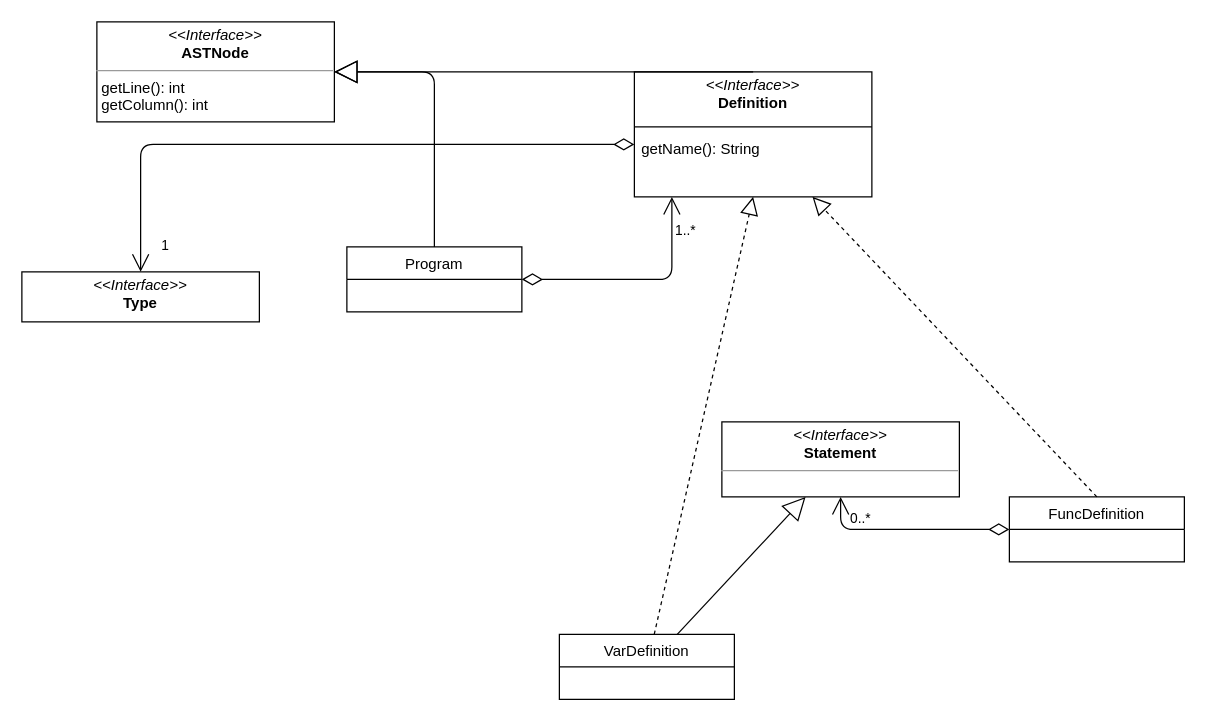
Earlier version of the draw.io diagram page "Page-2" (2 of 4) of UML/UML.drawio (jesQM/dlp_1920). Source tidied: cells renumbered, new cells numbered last; positions are measured from the earlier drawing's top-left corner, leaving out a move shared by most shapes. Both pictures are drawn from the tidied source at 125%, with x=0, y=0 at pixel (21, 21).
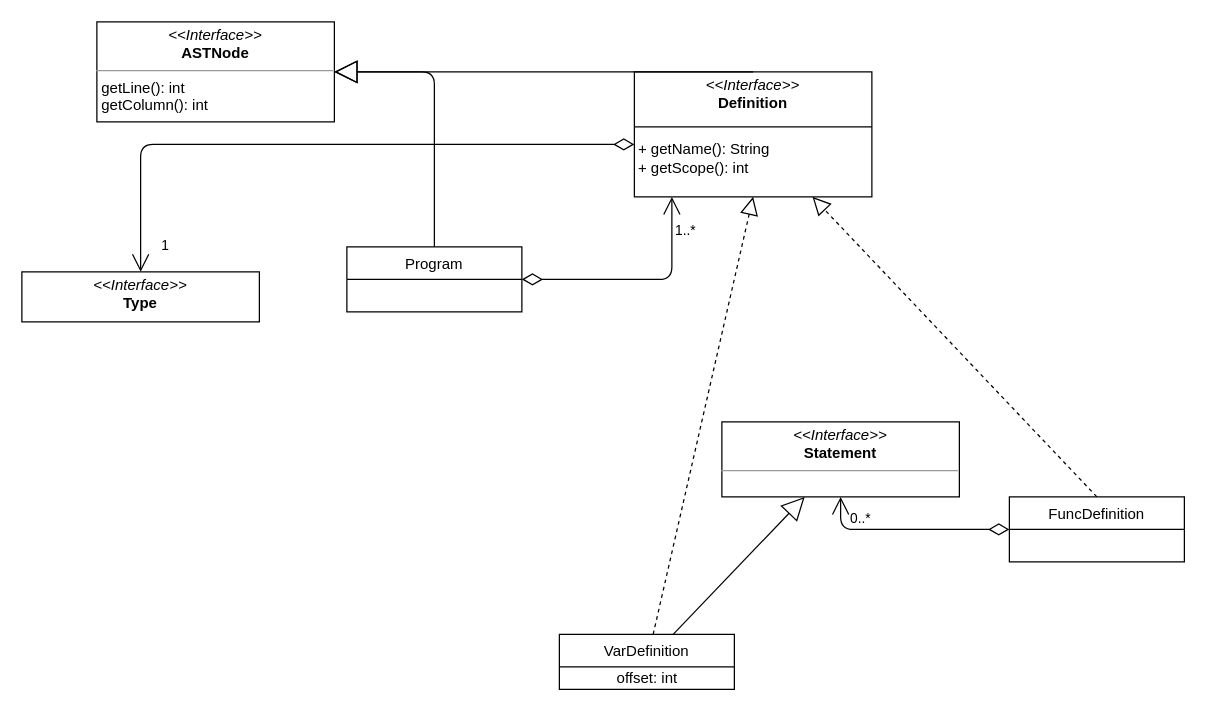
The same diagram, later.

Diff of the diagram source:
```diff
@@
-    <mxCell id="5" value="&lt;p style=&quot;margin: 0px ; margin-top: 4px ; text-align: center&quot;&gt;&lt;i&gt;&amp;lt;&amp;lt;Interface&amp;gt;&amp;gt;&lt;/i&gt;&lt;br&gt;&lt;b&gt;Definition&lt;/b&gt;&lt;/p&gt;" style="verticalAlign=top;align=left;overflow=fill;fontSize=12;fontFamily=Helvetica;html=1;" parent="1" vertex="1">
+    <mxCell id="5" value="&lt;p style=&quot;margin: 0px ; margin-top: 4px ; text-align: center&quot;&gt;&lt;i&gt;&amp;lt;&amp;lt;Interface&amp;gt;&amp;gt;&lt;/i&gt;&lt;br&gt;&lt;b&gt;Definition&lt;/b&gt;&lt;/p&gt;&lt;p style=&quot;margin: 4px 0px 0px&quot;&gt;&lt;span&gt;&lt;br&gt;&lt;/span&gt;&lt;/p&gt;&lt;p style=&quot;margin: 4px 0px 0px&quot;&gt;&lt;span&gt;&amp;nbsp;+&amp;nbsp;&lt;/span&gt;getName(): String&lt;br&gt;&lt;/p&gt;&amp;nbsp;+ getScope(): int" style="verticalAlign=top;align=left;overflow=fill;fontSize=12;fontFamily=Helvetica;html=1;" parent="1" vertex="1">
       <mxGeometry x="490" y="40" width="190" height="100" as="geometry" />
     </mxCell>
@@
     <mxCell id="7" value="VarDefinition" style="swimlane;fontStyle=0;horizontal=1;startSize=26;fillColor=none;" parent="1" vertex="1">
-      <mxGeometry x="430" y="490" width="140" height="52" as="geometry" />
+      <mxGeometry x="430" y="490" width="140" height="44" as="geometry" />
     </mxCell>
+    <mxCell id="19" value="&lt;span style=&quot;text-align: left&quot;&gt;offset: int&lt;/span&gt;" style="text;html=1;align=center;verticalAlign=middle;" parent="7" vertex="1">
+      <mxGeometry y="26" width="140" height="18" as="geometry" />
+    </mxCell>
@@
-    <mxCell id="11" value="getName(): String" style="text;strokeColor=none;fillColor=none;align=left;verticalAlign=top;spacingLeft=4;spacingRight=4;overflow=hidden;" parent="1" vertex="1">
-      <mxGeometry x="490" y="88" width="180" height="26" as="geometry" />
-    </mxCell>
```
